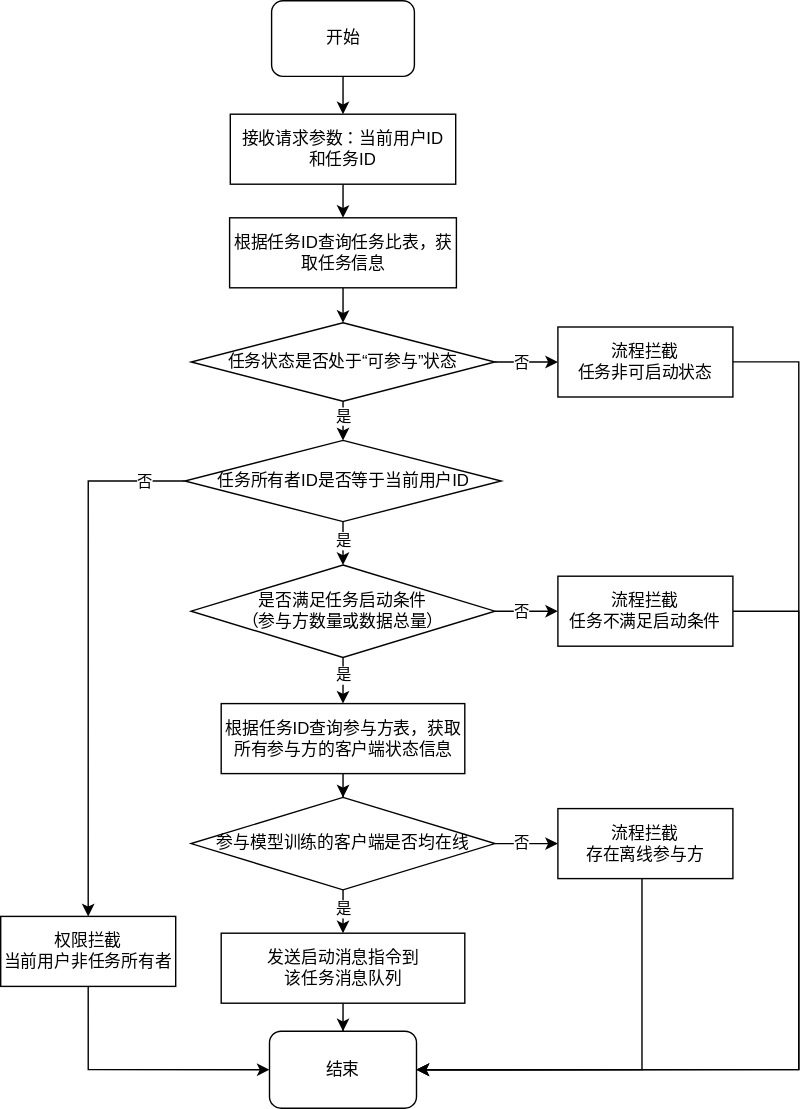
This is 任务启动流程图.svg from hiro942/drawio, a draw.io export, as it was before one commit. Source tidied: cells renumbered, new cells last; positions are measured from the earlier drawing's top-left corner, leaving out a move shared by most shapes. The source it was exported from:
```xml
<mxGraphModel>
  <root>
    <mxCell id="0" />
    <mxCell id="1" parent="0" />
    <mxCell id="2" value="开始" style="rounded=1;whiteSpace=wrap;html=1;" parent="1" vertex="1">
      <mxGeometry x="193.5" width="102" height="54" as="geometry" />
    </mxCell>
    <mxCell id="3" value="结束" style="rounded=1;whiteSpace=wrap;html=1;" parent="1" vertex="1">
      <mxGeometry x="192" y="736" width="105" height="55" as="geometry" />
    </mxCell>
    <mxCell id="4" style="edgeStyle=orthogonalEdgeStyle;rounded=0;jettySize=auto;html=1;entryX=0.5;entryY=0;entryDx=0;entryDy=0;" parent="1" edge="1" source="5" target="7">
      <mxGeometry relative="1" as="geometry" />
    </mxCell>
    <mxCell id="5" value="接收请求参数：当前用户ID&lt;div&gt;和任务ID&lt;/div&gt;" style="rounded=0;whiteSpace=wrap;html=1;" parent="1" vertex="1">
      <mxGeometry x="164" y="81" width="161" height="50" as="geometry" />
    </mxCell>
    <mxCell id="6" style="edgeStyle=orthogonalEdgeStyle;rounded=0;jettySize=auto;html=1;entryX=0.5;entryY=0;entryDx=0;entryDy=0;" parent="1" edge="1" source="7" target="12">
      <mxGeometry relative="1" as="geometry" />
    </mxCell>
    <mxCell id="7" value="根据任务ID查询任务比表，获取任务信息" style="rounded=0;whiteSpace=wrap;html=1;" parent="1" vertex="1">
      <mxGeometry x="163.5" y="155" width="162" height="50" as="geometry" />
    </mxCell>
    <mxCell id="8" style="edgeStyle=orthogonalEdgeStyle;rounded=0;jettySize=auto;html=1;entryX=0.5;entryY=0;entryDx=0;entryDy=0;" parent="1" edge="1" source="12" target="17">
      <mxGeometry relative="1" as="geometry" />
    </mxCell>
    <mxCell id="9" value="是" style="edgeLabel;html=1;align=center;verticalAlign=middle;" parent="8" vertex="1">
      <mxGeometry x="0.16" y="-1" relative="1" as="geometry">
        <mxPoint x="-1" y="1" as="offset" />
      </mxGeometry>
    </mxCell>
    <mxCell id="10" style="edgeStyle=orthogonalEdgeStyle;rounded=0;jettySize=auto;html=1;entryX=0;entryY=0.5;entryDx=0;entryDy=0;" parent="1" edge="1" source="12" target="14">
      <mxGeometry relative="1" as="geometry" />
    </mxCell>
    <mxCell id="11" value="否" style="edgeLabel;html=1;align=center;verticalAlign=middle;" parent="10" vertex="1">
      <mxGeometry x="-0.78" y="1" relative="1" as="geometry">
        <mxPoint x="14" y="1" as="offset" />
      </mxGeometry>
    </mxCell>
    <mxCell id="12" value="任务状态是否处于“可参与”状态" style="rhombus;whiteSpace=wrap;html=1;" parent="1" vertex="1">
      <mxGeometry x="136" y="230" width="217" height="56" as="geometry" />
    </mxCell>
    <mxCell id="13" style="edgeStyle=orthogonalEdgeStyle;rounded=0;jettySize=auto;html=1;entryX=1;entryY=0.5;entryDx=0;entryDy=0;" parent="1" edge="1" source="14" target="3">
      <mxGeometry relative="1" as="geometry">
        <Array as="points">
          <mxPoint x="570" y="258" />
          <mxPoint x="570" y="763" />
        </Array>
      </mxGeometry>
    </mxCell>
    <mxCell id="14" value="&lt;div&gt;流程拦截&lt;br&gt;&lt;/div&gt;任务非可启动状态" style="rounded=0;whiteSpace=wrap;html=1;" parent="1" vertex="1">
      <mxGeometry x="398" y="233" width="125" height="50" as="geometry" />
    </mxCell>
    <mxCell id="15" style="edgeStyle=orthogonalEdgeStyle;rounded=0;jettySize=auto;html=1;entryX=0.5;entryY=0;entryDx=0;entryDy=0;" parent="1" edge="1" source="17" target="29">
      <mxGeometry relative="1" as="geometry" />
    </mxCell>
    <mxCell id="16" value="否" style="edgeLabel;html=1;align=center;verticalAlign=middle;" parent="15" vertex="1">
      <mxGeometry x="-0.84" relative="1" as="geometry" />
    </mxCell>
    <mxCell id="17" value="任务所有者ID是否等于当前用户ID" style="rhombus;whiteSpace=wrap;html=1;" parent="1" vertex="1">
      <mxGeometry x="131.5" y="314" width="226" height="58" as="geometry" />
    </mxCell>
    <mxCell id="18" style="edgeStyle=orthogonalEdgeStyle;rounded=0;jettySize=auto;html=1;entryX=0.5;entryY=0;entryDx=0;entryDy=0;exitX=0.5;exitY=1;exitDx=0;exitDy=0;" parent="1" edge="1" source="17" target="24">
      <mxGeometry relative="1" as="geometry" />
    </mxCell>
    <mxCell id="19" value="是" style="edgeLabel;html=1;align=center;verticalAlign=middle;" parent="18" vertex="1">
      <mxGeometry x="-0.15" y="1" relative="1" as="geometry">
        <mxPoint x="-1" as="offset" />
      </mxGeometry>
    </mxCell>
    <mxCell id="20" style="edgeStyle=orthogonalEdgeStyle;rounded=0;jettySize=auto;html=1;entryX=0.5;entryY=0;entryDx=0;entryDy=0;" parent="1" edge="1" source="24" target="26">
      <mxGeometry relative="1" as="geometry" />
    </mxCell>
    <mxCell id="21" value="是" style="edgeLabel;html=1;align=center;verticalAlign=middle;" parent="20" vertex="1">
      <mxGeometry x="-0.1" y="-1" relative="1" as="geometry">
        <mxPoint x="-1" y="-6" as="offset" />
      </mxGeometry>
    </mxCell>
    <mxCell id="22" style="edgeStyle=orthogonalEdgeStyle;rounded=0;jettySize=auto;html=1;entryX=0;entryY=0.5;entryDx=0;entryDy=0;" parent="1" edge="1" source="24" target="31">
      <mxGeometry relative="1" as="geometry" />
    </mxCell>
    <mxCell id="23" value="否" style="edgeLabel;html=1;align=center;verticalAlign=middle;" parent="22" vertex="1">
      <mxGeometry x="-0.12" relative="1" as="geometry">
        <mxPoint x="-2" as="offset" />
      </mxGeometry>
    </mxCell>
    <mxCell id="24" value="是否满足任务启动条件&lt;div&gt;（参与方数量或数据总量）&lt;/div&gt;" style="rhombus;whiteSpace=wrap;html=1;" parent="1" vertex="1">
      <mxGeometry x="136" y="403" width="217" height="66" as="geometry" />
    </mxCell>
    <mxCell id="25" style="edgeStyle=orthogonalEdgeStyle;rounded=0;jettySize=auto;html=1;" parent="1" edge="1" source="26" target="36">
      <mxGeometry relative="1" as="geometry" />
    </mxCell>
    <mxCell id="26" value="根据任务ID查询参与方表，获取所有参与方的客户端状态信息" style="rounded=0;whiteSpace=wrap;html=1;" parent="1" vertex="1">
      <mxGeometry x="157.5" y="502" width="174" height="50" as="geometry" />
    </mxCell>
    <mxCell id="27" style="edgeStyle=orthogonalEdgeStyle;rounded=0;jettySize=auto;html=1;entryX=0.5;entryY=0;entryDx=0;entryDy=0;" parent="1" edge="1" source="2" target="5">
      <mxGeometry relative="1" as="geometry" />
    </mxCell>
    <mxCell id="28" style="edgeStyle=orthogonalEdgeStyle;rounded=0;jettySize=auto;html=1;entryX=0;entryY=0.5;entryDx=0;entryDy=0;exitX=0.5;exitY=1;exitDx=0;exitDy=0;" parent="1" edge="1" source="29" target="3">
      <mxGeometry relative="1" as="geometry" />
    </mxCell>
    <mxCell id="29" value="&lt;div&gt;权限拦截&lt;br&gt;&lt;/div&gt;&lt;div&gt;当前用户非任务所有者&lt;/div&gt;" style="rounded=0;whiteSpace=wrap;html=1;" parent="1" vertex="1">
      <mxGeometry y="654" width="125" height="50" as="geometry" />
    </mxCell>
    <mxCell id="30" style="edgeStyle=orthogonalEdgeStyle;rounded=0;jettySize=auto;html=1;entryX=1;entryY=0.5;entryDx=0;entryDy=0;" parent="1" edge="1" source="31" target="3">
      <mxGeometry relative="1" as="geometry">
        <Array as="points">
          <mxPoint x="570" y="436" />
          <mxPoint x="570" y="764" />
        </Array>
      </mxGeometry>
    </mxCell>
    <mxCell id="31" value="&lt;div&gt;流程拦截&lt;br&gt;&lt;/div&gt;任务不满足启动条件" style="rounded=0;whiteSpace=wrap;html=1;" parent="1" vertex="1">
      <mxGeometry x="398" y="411" width="125" height="50" as="geometry" />
    </mxCell>
    <mxCell id="32" style="edgeStyle=orthogonalEdgeStyle;rounded=0;jettySize=auto;html=1;entryX=0;entryY=0.5;entryDx=0;entryDy=0;" parent="1" edge="1" source="36" target="38">
      <mxGeometry relative="1" as="geometry" />
    </mxCell>
    <mxCell id="33" value="否" style="edgeLabel;html=1;align=center;verticalAlign=middle;" parent="32" vertex="1">
      <mxGeometry x="-0.11" y="3" relative="1" as="geometry">
        <mxPoint x="-2" y="2" as="offset" />
      </mxGeometry>
    </mxCell>
    <mxCell id="34" style="edgeStyle=orthogonalEdgeStyle;rounded=0;jettySize=auto;html=1;entryX=0.5;entryY=0;entryDx=0;entryDy=0;" parent="1" edge="1" source="36" target="40">
      <mxGeometry relative="1" as="geometry" />
    </mxCell>
    <mxCell id="35" value="是" style="edgeLabel;html=1;align=center;verticalAlign=middle;" parent="34" vertex="1">
      <mxGeometry x="0.29" relative="1" as="geometry" />
    </mxCell>
    <mxCell id="36" value="参与模型训练的客户端是否均在线" style="rhombus;whiteSpace=wrap;html=1;" parent="1" vertex="1">
      <mxGeometry x="136" y="569" width="217" height="66" as="geometry" />
    </mxCell>
    <mxCell id="37" style="edgeStyle=orthogonalEdgeStyle;rounded=0;jettySize=auto;html=1;entryX=1;entryY=0.5;entryDx=0;entryDy=0;" parent="1" edge="1" source="38" target="3">
      <mxGeometry relative="1" as="geometry">
        <Array as="points">
          <mxPoint x="458" y="764" />
        </Array>
      </mxGeometry>
    </mxCell>
    <mxCell id="38" value="&lt;div&gt;流程拦截&lt;br&gt;&lt;/div&gt;存在离线参与方" style="rounded=0;whiteSpace=wrap;html=1;" parent="1" vertex="1">
      <mxGeometry x="398" y="577" width="125" height="50" as="geometry" />
    </mxCell>
    <mxCell id="39" style="edgeStyle=orthogonalEdgeStyle;rounded=0;jettySize=auto;html=1;entryX=0.5;entryY=0;entryDx=0;entryDy=0;" parent="1" edge="1" source="40" target="3">
      <mxGeometry relative="1" as="geometry" />
    </mxCell>
    <mxCell id="40" value="发送启动消息指令到&lt;div&gt;该任务&lt;span style=&quot;background-color: initial;&quot;&gt;消息队列&lt;/span&gt;&lt;/div&gt;" style="rounded=0;whiteSpace=wrap;html=1;" parent="1" vertex="1">
      <mxGeometry x="157.5" y="666" width="174" height="50" as="geometry" />
    </mxCell>
  </root>
</mxGraphModel>
```
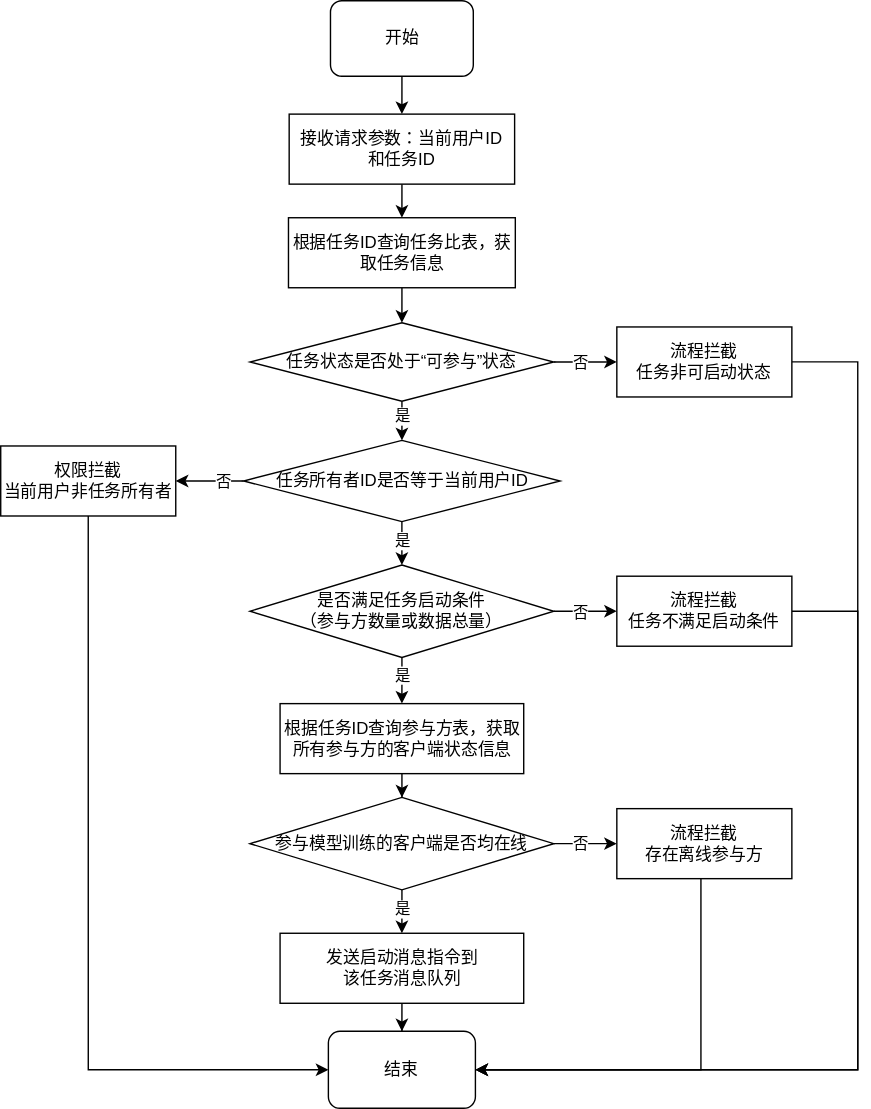
The same diagram one commit later.

Commit message:
更新任务启动流程图.svg

Change to the diagram source:
```diff
@@ -50,11 +50,13 @@
     <mxCell id="14" value="&lt;div&gt;流程拦截&lt;br&gt;&lt;/div&gt;任务非可启动状态" style="rounded=0;whiteSpace=wrap;html=1;" parent="1" vertex="1">
       <mxGeometry x="398" y="233" width="125" height="50" as="geometry" />
     </mxCell>
-    <mxCell id="15" style="edgeStyle=orthogonalEdgeStyle;rounded=0;jettySize=auto;html=1;entryX=0.5;entryY=0;entryDx=0;entryDy=0;" parent="1" edge="1" source="17" target="29">
+    <mxCell id="15" style="edgeStyle=orthogonalEdgeStyle;rounded=0;jettySize=auto;html=1;entryX=1;entryY=0.5;entryDx=0;entryDy=0;" parent="1" edge="1" source="17" target="29">
       <mxGeometry relative="1" as="geometry" />
     </mxCell>
     <mxCell id="16" value="否" style="edgeLabel;html=1;align=center;verticalAlign=middle;" parent="15" vertex="1">
-      <mxGeometry x="-0.84" relative="1" as="geometry" />
+      <mxGeometry x="-0.84" relative="1" as="geometry">
+        <mxPoint x="-12" as="offset" />
+      </mxGeometry>
     </mxCell>
     <mxCell id="17" value="任务所有者ID是否等于当前用户ID" style="rhombus;whiteSpace=wrap;html=1;" parent="1" vertex="1">
       <mxGeometry x="131.5" y="314" width="226" height="58" as="geometry" />
@@ -99,7 +101,7 @@
       <mxGeometry relative="1" as="geometry" />
     </mxCell>
     <mxCell id="29" value="&lt;div&gt;权限拦截&lt;br&gt;&lt;/div&gt;&lt;div&gt;当前用户非任务所有者&lt;/div&gt;" style="rounded=0;whiteSpace=wrap;html=1;" parent="1" vertex="1">
-      <mxGeometry y="654" width="125" height="50" as="geometry" />
+      <mxGeometry x="-42" y="318" width="125" height="50" as="geometry" />
     </mxCell>
     <mxCell id="30" style="edgeStyle=orthogonalEdgeStyle;rounded=0;jettySize=auto;html=1;entryX=1;entryY=0.5;entryDx=0;entryDy=0;" parent="1" edge="1" source="31" target="3">
       <mxGeometry relative="1" as="geometry">
```
